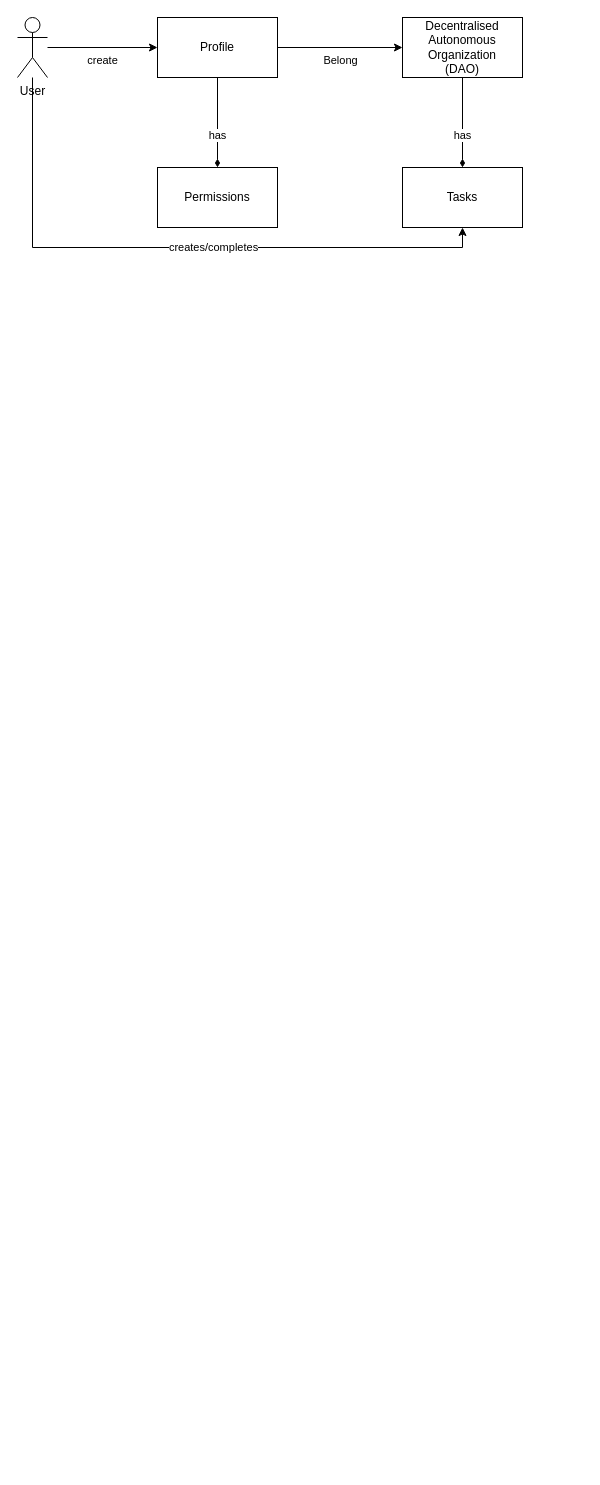
The draw.io diagram designs/architecture/Use-Case.drawio in UniversalDot/documents, before the edit. Source tidied: cells renumbered, new cells numbered last; positions are measured from the earlier drawing's top-left corner, leaving out a move shared by most shapes. Both pictures are drawn from the tidied source at 100%, with x=0, y=0 at pixel (17, 17).
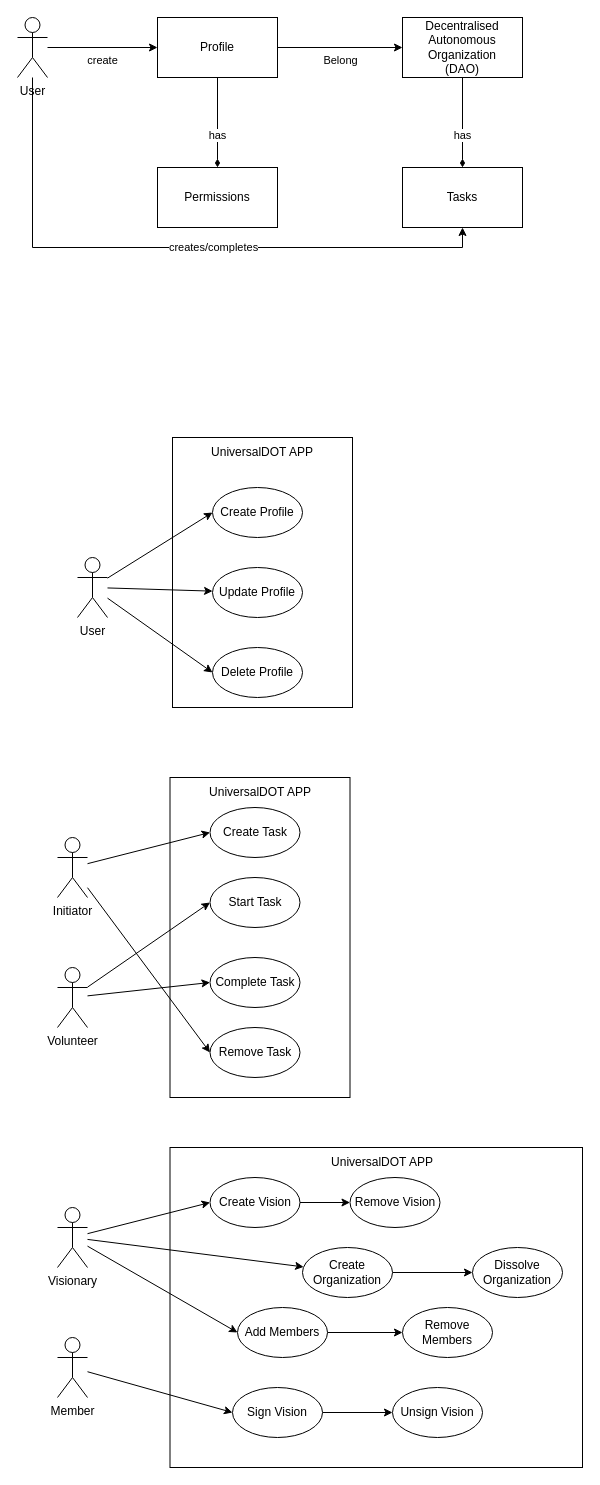
After the change.

What changed in the source:
```diff
@@
+    <mxCell id="13" style="rounded=0;whiteSpace=wrap;html=1;" parent="1" vertex="1">
+      <mxGeometry x="155" y="420" width="180" height="270" as="geometry" />
+    </mxCell>
+    <mxCell id="14" value="UniversalDOT APP" style="text;html=1;strokeColor=none;fillColor=none;align=center;verticalAlign=middle;whiteSpace=wrap;rounded=0;" parent="1" vertex="1">
+      <mxGeometry x="175" y="420" width="140" height="30" as="geometry" />
+    </mxCell>
+    <mxCell id="15" style="rounded=0;jettySize=auto;html=1;entryX=0;entryY=0.5;entryDx=0;entryDy=0;" parent="1" edge="1" source="18" target="19">
+      <mxGeometry relative="1" as="geometry" />
+    </mxCell>
+    <mxCell id="16" style="edgeStyle=none;rounded=0;jettySize=auto;html=1;" parent="1" edge="1" source="18" target="21">
+      <mxGeometry relative="1" as="geometry" />
+    </mxCell>
+    <mxCell id="17" style="edgeStyle=none;rounded=0;jettySize=auto;html=1;entryX=0;entryY=0.5;entryDx=0;entryDy=0;" parent="1" edge="1" source="18" target="20">
+      <mxGeometry relative="1" as="geometry" />
+    </mxCell>
+    <mxCell id="18" value="User" style="shape=umlActor;verticalLabelPosition=bottom;verticalAlign=top;html=1;outlineConnect=0;" parent="1" vertex="1">
+      <mxGeometry x="60" y="540" width="30" height="60" as="geometry" />
+    </mxCell>
+    <mxCell id="19" value="Create Profile" style="ellipse;whiteSpace=wrap;html=1;" parent="1" vertex="1">
+      <mxGeometry x="195" y="470" width="90" height="50" as="geometry" />
+    </mxCell>
+    <mxCell id="20" value="Delete Profile" style="ellipse;whiteSpace=wrap;html=1;" parent="1" vertex="1">
+      <mxGeometry x="195" y="630" width="90" height="50" as="geometry" />
+    </mxCell>
+    <mxCell id="21" value="Update Profile" style="ellipse;whiteSpace=wrap;html=1;" parent="1" vertex="1">
+      <mxGeometry x="195" y="550" width="90" height="50" as="geometry" />
+    </mxCell>
+    <mxCell id="22" style="rounded=0;whiteSpace=wrap;html=1;" parent="1" vertex="1">
+      <mxGeometry x="152.5" y="760" width="180" height="320" as="geometry" />
+    </mxCell>
+    <mxCell id="23" value="UniversalDOT APP" style="text;html=1;strokeColor=none;fillColor=none;align=center;verticalAlign=middle;whiteSpace=wrap;rounded=0;" parent="1" vertex="1">
+      <mxGeometry x="172.5" y="760" width="140" height="30" as="geometry" />
+    </mxCell>
+    <mxCell id="24" style="edgeStyle=none;rounded=0;jettySize=auto;html=1;entryX=0;entryY=0.5;entryDx=0;entryDy=0;" parent="1" edge="1" source="26" target="27">
+      <mxGeometry relative="1" as="geometry" />
+    </mxCell>
+    <mxCell id="25" style="edgeStyle=none;rounded=0;jettySize=auto;html=1;entryX=0;entryY=0.5;entryDx=0;entryDy=0;" parent="1" edge="1" source="26" target="30">
+      <mxGeometry relative="1" as="geometry" />
+    </mxCell>
+    <mxCell id="26" value="Initiator" style="shape=umlActor;verticalLabelPosition=bottom;verticalAlign=top;html=1;outlineConnect=0;" parent="1" vertex="1">
+      <mxGeometry x="40" y="820" width="30" height="60" as="geometry" />
+    </mxCell>
+    <mxCell id="27" value="Create Task" style="ellipse;whiteSpace=wrap;html=1;" parent="1" vertex="1">
+      <mxGeometry x="192.5" y="790" width="90" height="50" as="geometry" />
+    </mxCell>
+    <mxCell id="28" value="Complete Task" style="ellipse;whiteSpace=wrap;html=1;" parent="1" vertex="1">
+      <mxGeometry x="192.5" y="940" width="90" height="50" as="geometry" />
+    </mxCell>
+    <mxCell id="29" value="Start Task" style="ellipse;whiteSpace=wrap;html=1;" parent="1" vertex="1">
+      <mxGeometry x="192.5" y="860" width="90" height="50" as="geometry" />
+    </mxCell>
+    <mxCell id="30" value="Remove Task" style="ellipse;whiteSpace=wrap;html=1;" parent="1" vertex="1">
+      <mxGeometry x="192.5" y="1010" width="90" height="50" as="geometry" />
+    </mxCell>
+    <mxCell id="31" style="edgeStyle=none;rounded=0;jettySize=auto;html=1;entryX=0;entryY=0.5;entryDx=0;entryDy=0;" parent="1" edge="1" source="33" target="29">
+      <mxGeometry relative="1" as="geometry" />
+    </mxCell>
+    <mxCell id="32" style="edgeStyle=none;rounded=0;jettySize=auto;html=1;entryX=0;entryY=0.5;entryDx=0;entryDy=0;" parent="1" edge="1" source="33" target="28">
+      <mxGeometry relative="1" as="geometry" />
+    </mxCell>
+    <mxCell id="33" value="Volunteer" style="shape=umlActor;verticalLabelPosition=bottom;verticalAlign=top;html=1;outlineConnect=0;" parent="1" vertex="1">
+      <mxGeometry x="40" y="950" width="30" height="60" as="geometry" />
+    </mxCell>
+    <mxCell id="34" style="rounded=0;whiteSpace=wrap;html=1;" parent="1" vertex="1">
+      <mxGeometry x="152.5" y="1130" width="412.5" height="320" as="geometry" />
+    </mxCell>
+    <mxCell id="35" value="UniversalDOT APP" style="text;html=1;strokeColor=none;fillColor=none;align=center;verticalAlign=middle;whiteSpace=wrap;rounded=0;" parent="1" vertex="1">
+      <mxGeometry x="295" y="1130" width="140" height="30" as="geometry" />
+    </mxCell>
+    <mxCell id="36" style="edgeStyle=none;rounded=0;jettySize=auto;html=1;entryX=0;entryY=0.5;entryDx=0;entryDy=0;" parent="1" edge="1" source="39" target="41">
+      <mxGeometry relative="1" as="geometry" />
+    </mxCell>
+    <mxCell id="37" style="edgeStyle=none;rounded=0;jettySize=auto;html=1;" parent="1" edge="1" source="39" target="49">
+      <mxGeometry relative="1" as="geometry" />
+    </mxCell>
+    <mxCell id="38" style="edgeStyle=none;rounded=0;jettySize=auto;html=1;entryX=0;entryY=0.5;entryDx=0;entryDy=0;" parent="1" edge="1" source="39" target="52">
+      <mxGeometry relative="1" as="geometry" />
+    </mxCell>
+    <mxCell id="39" value="Visionary" style="shape=umlActor;verticalLabelPosition=bottom;verticalAlign=top;html=1;outlineConnect=0;" parent="1" vertex="1">
+      <mxGeometry x="40" y="1190" width="30" height="60" as="geometry" />
+    </mxCell>
+    <mxCell id="40" style="edgeStyle=none;rounded=0;jettySize=auto;html=1;" parent="1" edge="1" source="41" target="44">
+      <mxGeometry relative="1" as="geometry" />
+    </mxCell>
+    <mxCell id="41" value="Create Vision" style="ellipse;whiteSpace=wrap;html=1;" parent="1" vertex="1">
+      <mxGeometry x="192.5" y="1160" width="90" height="50" as="geometry" />
+    </mxCell>
+    <mxCell id="42" style="edgeStyle=none;rounded=0;jettySize=auto;html=1;entryX=0;entryY=0.5;entryDx=0;entryDy=0;" parent="1" edge="1" source="43" target="45">
+      <mxGeometry relative="1" as="geometry" />
+    </mxCell>
+    <mxCell id="43" value="Sign Vision" style="ellipse;whiteSpace=wrap;html=1;" parent="1" vertex="1">
+      <mxGeometry x="215" y="1370" width="90" height="50" as="geometry" />
+    </mxCell>
+    <mxCell id="44" value="Remove Vision" style="ellipse;whiteSpace=wrap;html=1;" parent="1" vertex="1">
+      <mxGeometry x="332.5" y="1160" width="90" height="50" as="geometry" />
+    </mxCell>
+    <mxCell id="45" value="Unsign Vision" style="ellipse;whiteSpace=wrap;html=1;" parent="1" vertex="1">
+      <mxGeometry x="375" y="1370" width="90" height="50" as="geometry" />
+    </mxCell>
+    <mxCell id="46" style="edgeStyle=none;rounded=0;jettySize=auto;html=1;entryX=0;entryY=0.5;entryDx=0;entryDy=0;" parent="1" edge="1" source="47" target="43">
+      <mxGeometry relative="1" as="geometry" />
+    </mxCell>
+    <mxCell id="47" value="Member" style="shape=umlActor;verticalLabelPosition=bottom;verticalAlign=top;html=1;outlineConnect=0;" parent="1" vertex="1">
+      <mxGeometry x="40" y="1320" width="30" height="60" as="geometry" />
+    </mxCell>
+    <mxCell id="48" style="edgeStyle=none;rounded=0;jettySize=auto;html=1;entryX=0;entryY=0.5;entryDx=0;entryDy=0;" parent="1" edge="1" source="49" target="50">
+      <mxGeometry relative="1" as="geometry" />
+    </mxCell>
+    <mxCell id="49" value="Create Organization" style="ellipse;whiteSpace=wrap;html=1;" parent="1" vertex="1">
+      <mxGeometry x="285" y="1230" width="90" height="50" as="geometry" />
+    </mxCell>
+    <mxCell id="50" value="Dissolve Organization" style="ellipse;whiteSpace=wrap;html=1;" parent="1" vertex="1">
+      <mxGeometry x="455" y="1230" width="90" height="50" as="geometry" />
+    </mxCell>
+    <mxCell id="51" style="edgeStyle=none;rounded=0;jettySize=auto;html=1;" parent="1" edge="1" source="52" target="53">
+      <mxGeometry relative="1" as="geometry" />
+    </mxCell>
+    <mxCell id="52" value="Add Members" style="ellipse;whiteSpace=wrap;html=1;" parent="1" vertex="1">
+      <mxGeometry x="220" y="1290" width="90" height="50" as="geometry" />
+    </mxCell>
+    <mxCell id="53" value="Remove Members" style="ellipse;whiteSpace=wrap;html=1;" parent="1" vertex="1">
+      <mxGeometry x="385" y="1290" width="90" height="50" as="geometry" />
+    </mxCell>
```
